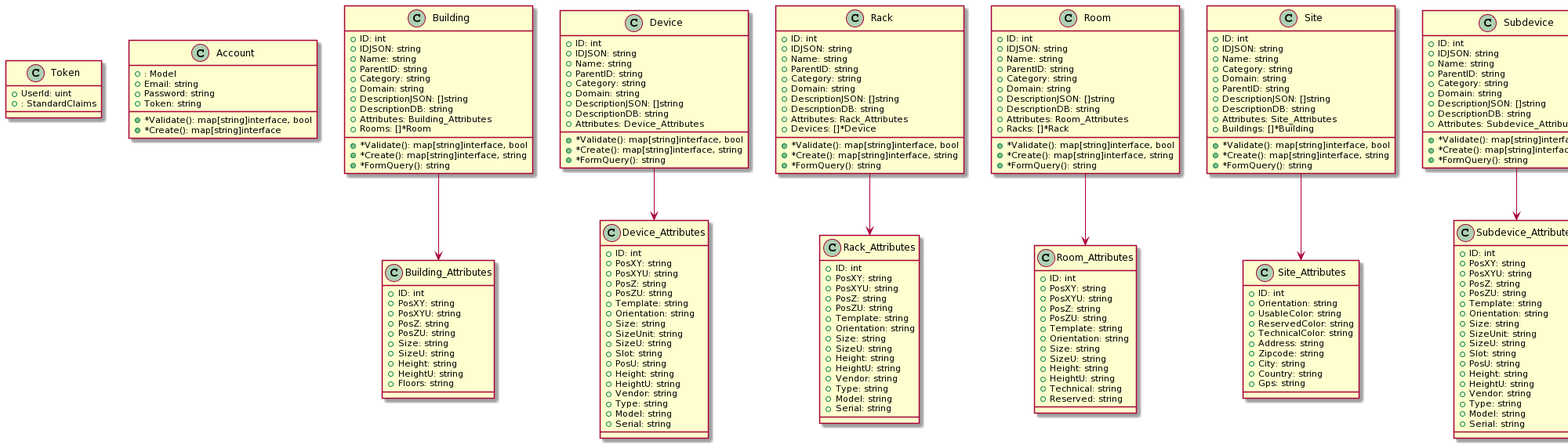
The PlantUML diagram resources/diagrams/UML.png in ditrit/OGrEE-Core, before a commit.
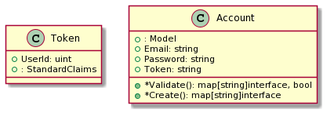
Above is the later version.

What changed in the source:
```diff
@@ -12,224 +12,4 @@
 +*Validate(): map[string]interface, bool
 +*Create(): map[string]interface
 }
-class Building_Attributes {
-+ID: int
-+PosXY: string
-+PosXYU: string
-+PosZ: string
-+PosZU: string
-+Size: string
-+SizeU: string
-+Height: string
-+HeightU: string
-+Floors: string
-
-}
-class Building {
-+ID: int
-+IDJSON: string
-+Name: string
-+ParentID: string
-+Category: string
-+Domain: string
-+DescriptionJSON: []string
-+DescriptionDB: string
-+Attributes: Building_Attributes
-+Rooms: []*Room
-+*Validate(): map[string]interface, bool
-+*Create(): map[string]interface, string
-+*FormQuery(): string
-}
-class Device_Attributes {
-+ID: int
-+PosXY: string
-+PosXYU: string
-+PosZ: string
-+PosZU: string
-+Template: string
-+Orientation: string
-+Size: string
-+SizeUnit: string
-+SizeU: string
-+Slot: string
-+PosU: string
-+Height: string
-+HeightU: string
-+Vendor: string
-+Type: string
-+Model: string
-+Serial: string
-
-}
-class Device {
-+ID: int
-+IDJSON: string
-+Name: string
-+ParentID: string
-+Category: string
-+Domain: string
-+DescriptionJSON: []string
-+DescriptionDB: string
-+Attributes: Device_Attributes
-+*Validate(): map[string]interface, bool
-+*Create(): map[string]interface, string
-+*FormQuery(): string
-}
-class Rack_Attributes {
-+ID: int
-+PosXY: string
-+PosXYU: string
-+PosZ: string
-+PosZU: string
-+Template: string
-+Orientation: string
-+Size: string
-+SizeU: string
-+Height: string
-+HeightU: string
-+Vendor: string
-+Type: string
-+Model: string
-+Serial: string
-
-}
-class Rack {
-+ID: int
-+IDJSON: string
-+Name: string
-+ParentID: string
-+Category: string
-+Domain: string
-+DescriptionJSON: []string
-+DescriptionDB: string
-+Attributes: Rack_Attributes
-+Devices: []*Device
-+*Validate(): map[string]interface, bool
-+*Create(): map[string]interface, string
-+*FormQuery(): string
-}
-class Room_Attributes {
-+ID: int
-+PosXY: string
-+PosXYU: string
-+PosZ: string
-+PosZU: string
-+Template: string
-+Orientation: string
-+Size: string
-+SizeU: string
-+Height: string
-+HeightU: string
-+Technical: string
-+Reserved: string
-
-}
-class Room {
-+ID: int
-+IDJSON: string
-+Name: string
-+ParentID: string
-+Category: string
-+Domain: string
-+DescriptionJSON: []string
-+DescriptionDB: string
-+Attributes: Room_Attributes
-+Racks: []*Rack
-+*Validate(): map[string]interface, bool
-+*Create(): map[string]interface, string
-+*FormQuery(): string
-}
-class Site_Attributes {
-+ID: int
-+Orientation: string
-+UsableColor: string
-+ReservedColor: string
-+TechnicalColor: string
-+Address: string
-+Zipcode: string
-+City: string
-+Country: string
-+Gps: string
-
-}
-class Site {
-+ID: int
-+IDJSON: string
-+Name: string
-+Category: string
-+Domain: string
-+ParentID: string
-+DescriptionJSON: []string
-+DescriptionDB: string
-+Attributes: Site_Attributes
-+Buildings: []*Building
-+*Validate(): map[string]interface, bool
-+*Create(): map[string]interface, string
-+*FormQuery(): string
-}
-class Subdevice_Attributes {
-+ID: int
-+PosXY: string
-+PosXYU: string
-+PosZ: string
-+PosZU: string
-+Template: string
-+Orientation: string
-+Size: string
-+SizeUnit: string
-+SizeU: string
-+Slot: string
-+PosU: string
-+Height: string
-+HeightU: string
-+Vendor: string
-+Type: string
-+Model: string
-+Serial: string
-
-}
-class Subdevice {
-+ID: int
-+IDJSON: string
-+Name: string
-+ParentID: string
-+Category: string
-+Domain: string
-+DescriptionJSON: []string
-+DescriptionDB: string
-+Attributes: Subdevice_Attributes
-+*Validate(): map[string]interface, bool
-+*Create(): map[string]interface, string
-+*FormQuery(): string
-}
-class Tenant {
-+ID: int
-+IDJSON: string
-+Name: string
-+Category: string
-+Domain: string
-+ParentID: int
-+DescriptionJSON: []string
-+DescriptionDB: string
-+Attributes: Tenant_Attributes
-+Sites: []*Site
-+*Validate(): map[string]interface, bool
-+*Create(): map[string]interface, string
-+*FormQuery(): string
-}
-class Tenant_Attributes {
-+ID: int
-+Color: string
-+MainContact: string
-+MainPhone: string
-+MainEmail: string
-
-}
-Building --> Building_Attributes
-Device --> Device_Attributes
-Rack --> Rack_Attributes
-Room --> Room_Attributes
-Site --> Site_Attributes
-Subdevice --> Subdevice_Attributes
-Tenant --> Tenant_Attributes
 @enduml
```
